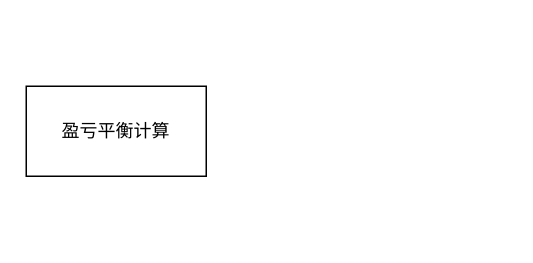
Above: page "计算" (2 of 3) of ruankao.drawio in wangyunhuan895-eng/images (draw.io), before the change. Source tidied: cells renumbered, new cells numbered last; positions are measured from the earlier drawing's top-left corner, leaving out a move shared by most shapes. Both pictures are drawn from the tidied source at 150%, with x=0, y=0 at pixel (26, 86).
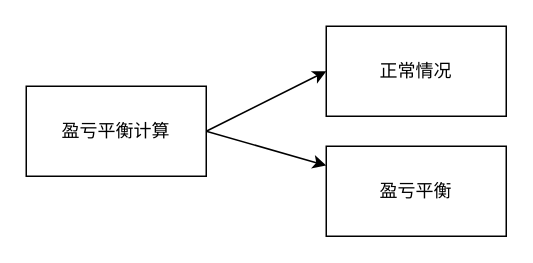
The same page after the edit.

Change to the diagram source:
```diff
@@
 <mxGraphModel>
   <root>
     <mxCell id="0" />
     <mxCell id="1" parent="0" />
+    <mxCell id="3" style="rounded=0;jettySize=auto;html=1;exitX=1;exitY=0.5;exitDx=0;exitDy=0;" parent="1" edge="1" source="2" target="5">
+      <mxGeometry relative="1" as="geometry" />
+    </mxCell>
+    <mxCell id="4" style="rounded=0;jettySize=auto;html=1;exitX=1;exitY=0.5;exitDx=0;exitDy=0;entryX=0;entryY=0.5;entryDx=0;entryDy=0;" parent="1" edge="1" source="2" target="6">
+      <mxGeometry relative="1" as="geometry" />
+    </mxCell>
     <mxCell id="2" value="盈亏平衡计算" style="rounded=0;whiteSpace=wrap;html=1;" parent="1" vertex="1">
       <mxGeometry width="120" height="60" as="geometry" />
     </mxCell>
+    <mxCell id="5" value="盈亏平衡" style="whiteSpace=wrap;html=1;rounded=0;" parent="1" vertex="1">
+      <mxGeometry x="200" y="40" width="120" height="60" as="geometry" />
+    </mxCell>
+    <mxCell id="6" value="正常情况" style="whiteSpace=wrap;html=1;rounded=0;" parent="1" vertex="1">
+      <mxGeometry x="200" y="-40" width="120" height="60" as="geometry" />
+    </mxCell>
   </root>
 </mxGraphModel>
```
